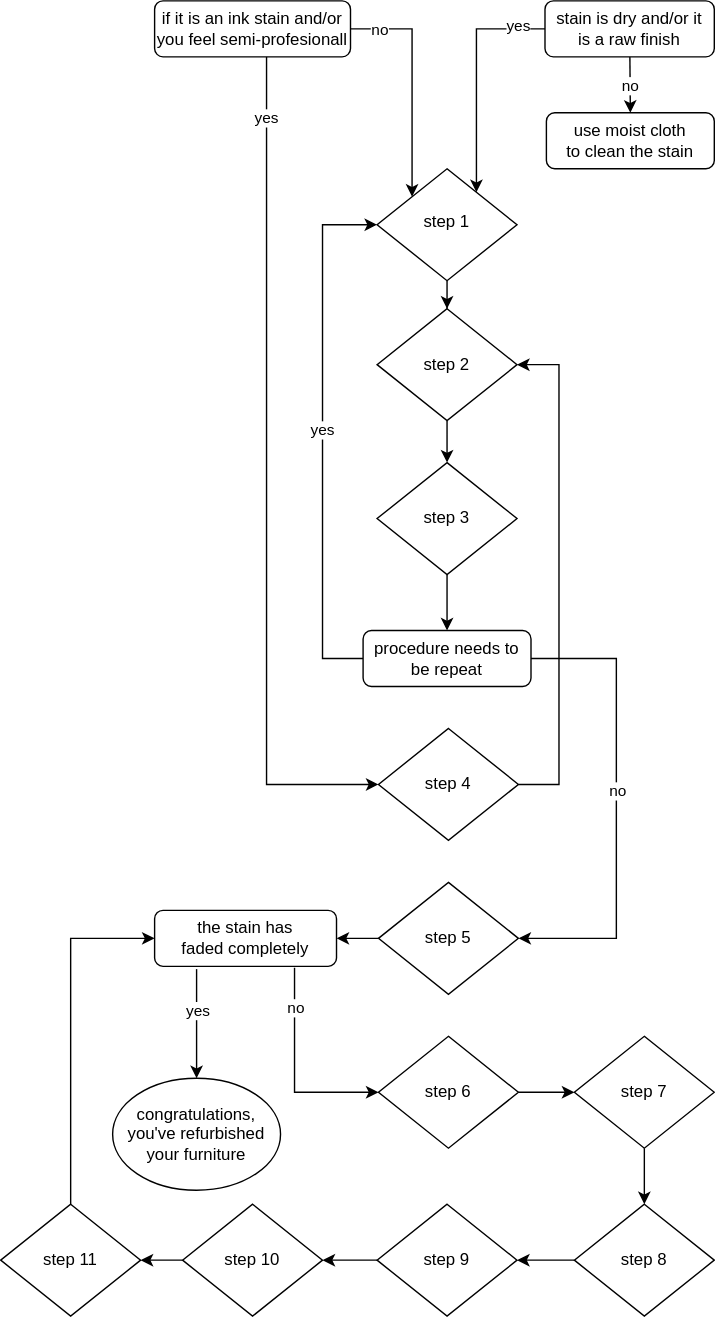
Earlier version of the draw.io export Objects/stain.svg (Camil0086/DITA_MK24blog_source). Source tidied: cells renumbered, new cells last; positions are measured from the earlier drawing's top-left corner, leaving out a move shared by most shapes.
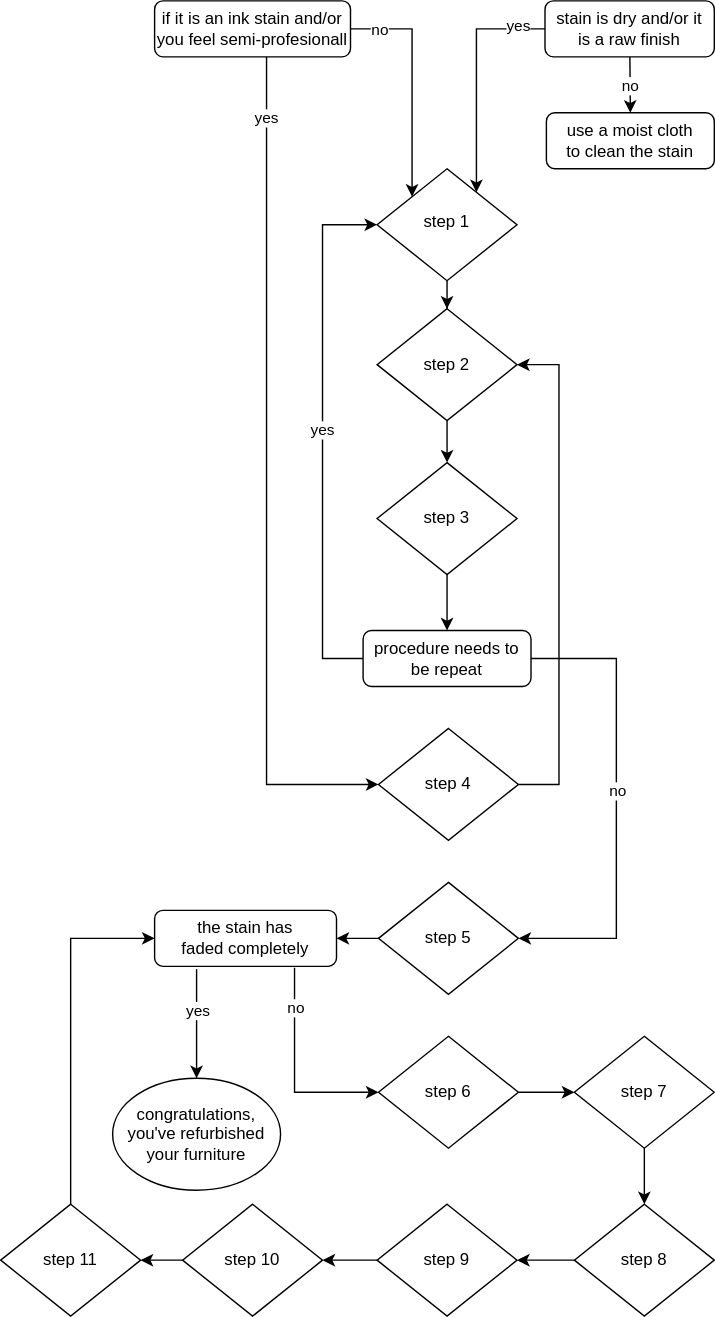
After the commit.

What changed in the source:
```diff
@@ -102,7 +102,7 @@
     <mxCell id="24" value="step 6" style="rhombus;whiteSpace=wrap;html=1;" parent="1" vertex="1">
       <mxGeometry x="270" y="740" width="100" height="80" as="geometry" />
     </mxCell>
-    <mxCell id="25" value="use moist cloth to&amp;nbsp;clean the stain" style="rounded=1;fontSize=12;glass=0;strokeWidth=1;shadow=0;whiteSpace=wrap;html=1;" parent="1" vertex="1">
+    <mxCell id="25" value="use a moist cloth to&amp;nbsp;clean the stain" style="rounded=1;fontSize=12;glass=0;strokeWidth=1;shadow=0;whiteSpace=wrap;html=1;" parent="1" vertex="1">
       <mxGeometry x="390" y="80" width="120" height="40" as="geometry" />
     </mxCell>
     <mxCell id="26" value="yes" style="edgeLabel;align=center;verticalAlign=middle;html=1;" parent="1" vertex="1">
```
